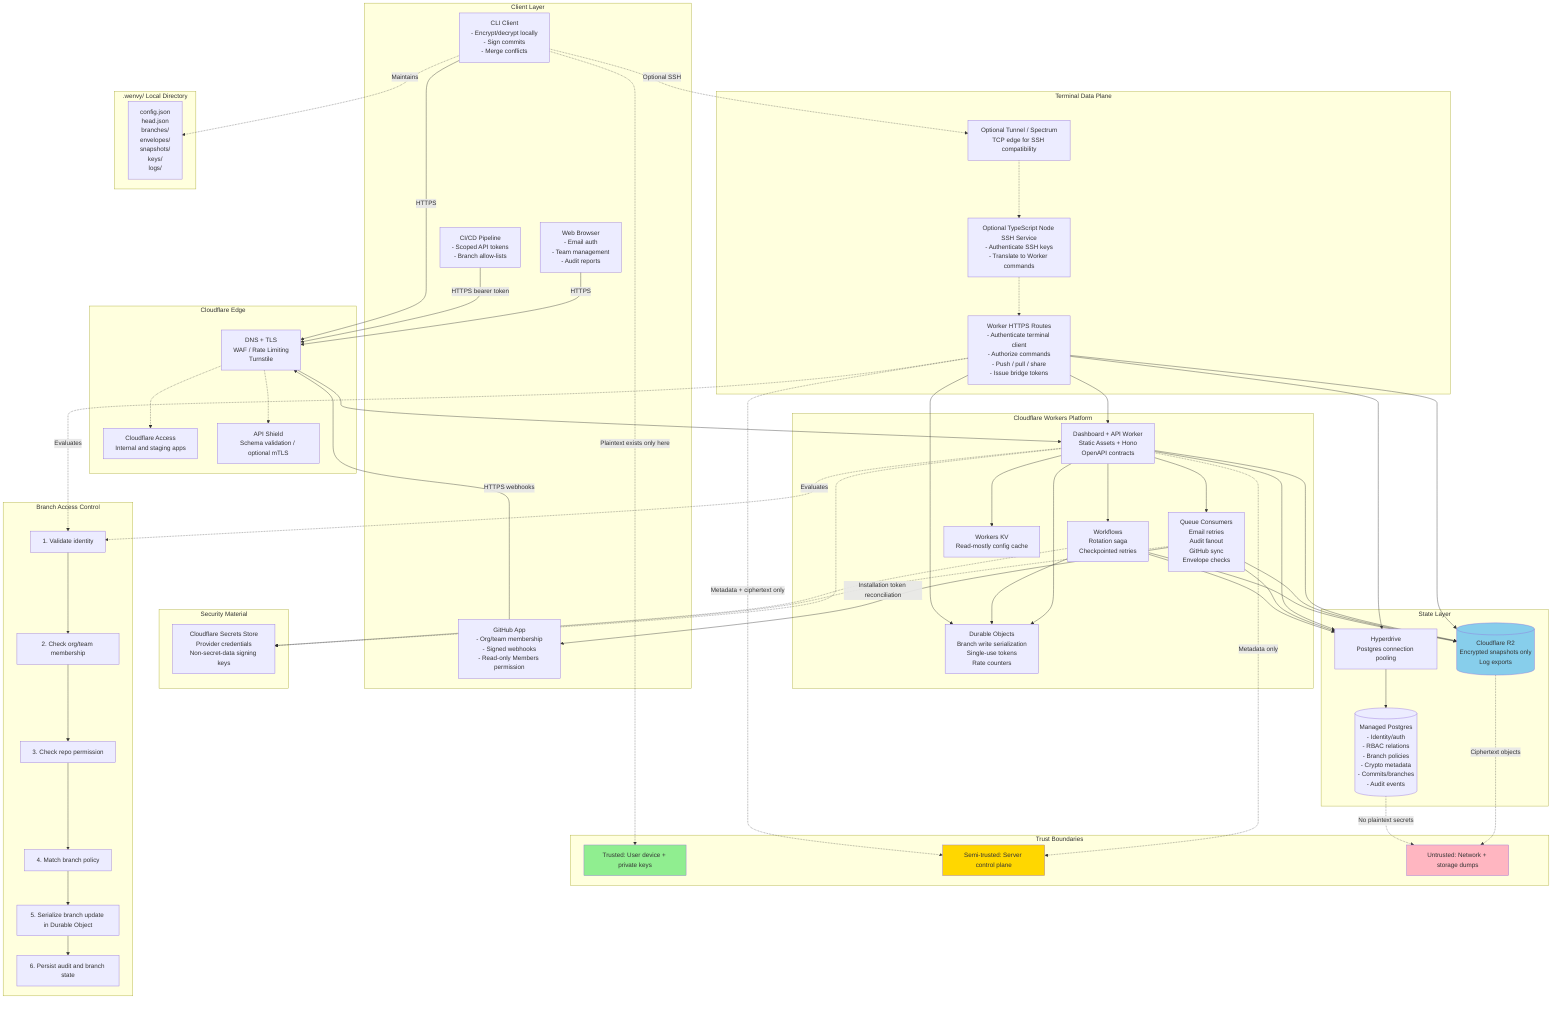
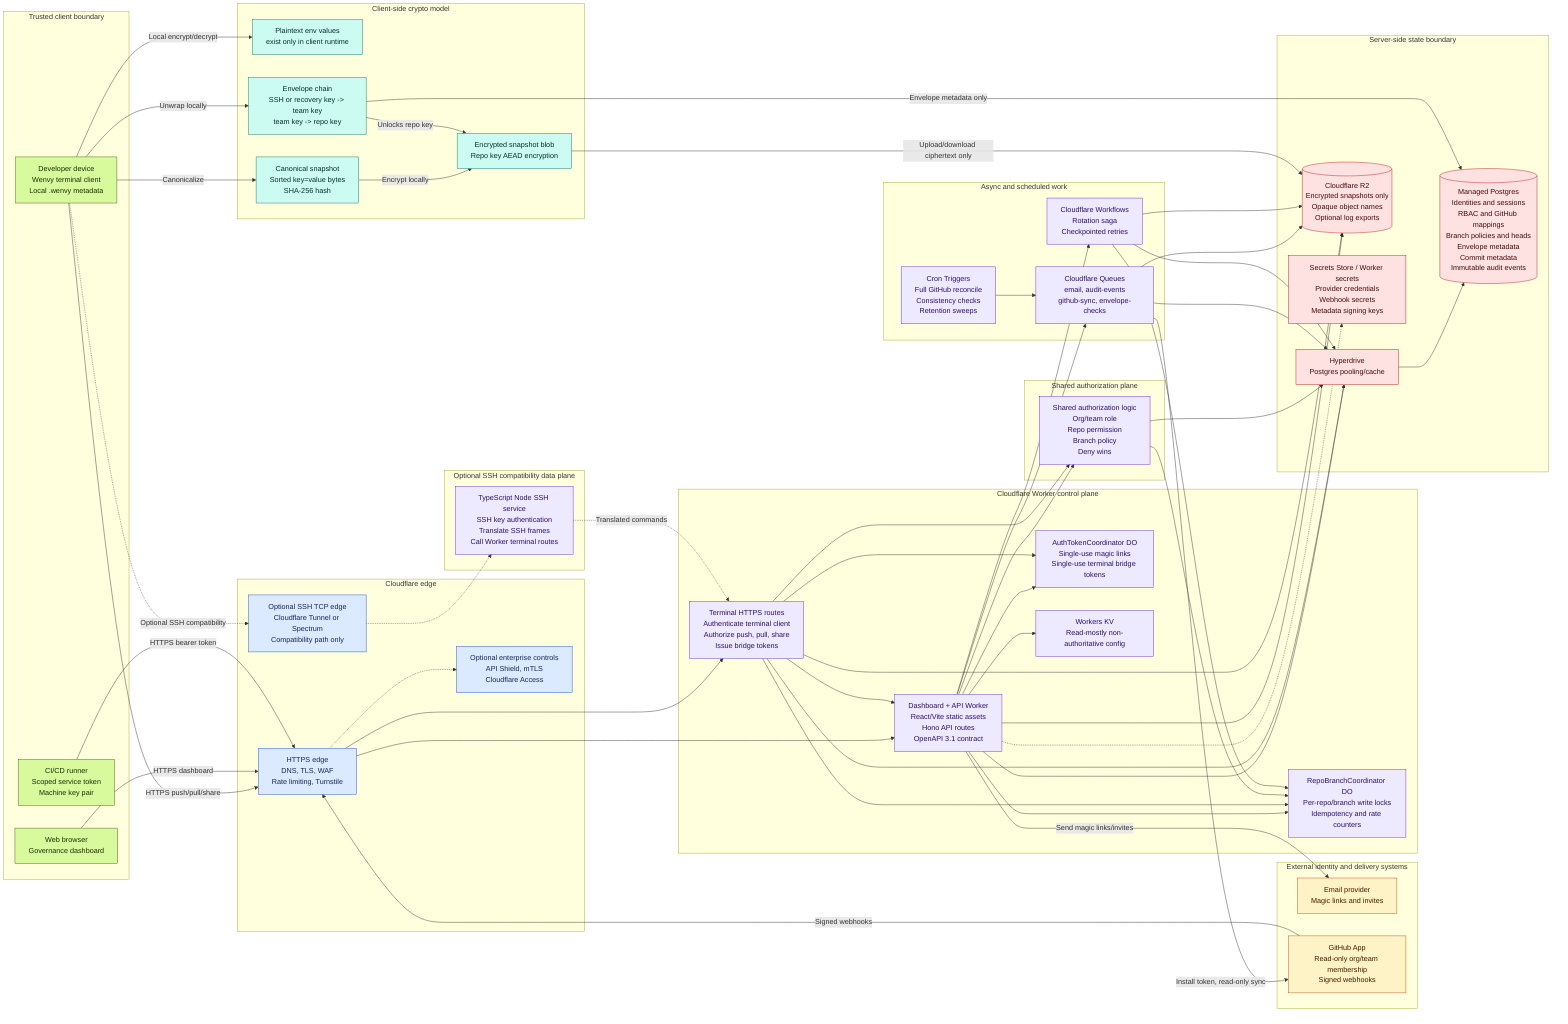
- graph TB
-     subgraph "Client Layer"
-         CLI[CLI Client<br/>- Encrypt/decrypt locally<br/>- Sign commits<br/>- Merge conflicts]
-         WebUI[Web Browser<br/>- Email auth<br/>- Team management<br/>- Audit reports]
-         CICD[CI/CD Pipeline<br/>- Scoped API tokens<br/>- Branch allow-lists]
-         GitHub[GitHub App<br/>- Org/team membership<br/>- Signed webhooks<br/>- Read-only Members permission]
+ flowchart LR
+     %% Wenvy current architecture snapshot.
+     %% Secret plaintext is intentionally present only on trusted client devices.
+ 
+     subgraph Client["Trusted client boundary"]
+         Terminal["Developer device<br/>Wenvy terminal client<br/>Local .wenvy metadata"]
+         Browser["Web browser<br/>Governance dashboard"]
+         CI["CI/CD runner<br/>Scoped service token<br/>Machine key pair"]
    end

-     subgraph "Cloudflare Edge"
-         Edge[DNS + TLS<br/>WAF / Rate Limiting<br/>Turnstile]
-         Access[Cloudflare Access<br/>Internal and staging apps]
-         APIShield[API Shield<br/>Schema validation / optional mTLS]
+     subgraph External["External identity and delivery systems"]
+         Email["Email provider<br/>Magic links and invites"]
+         GitHub["GitHub App<br/>Read-only org/team membership<br/>Signed webhooks"]
    end

-     subgraph "Cloudflare Workers Platform"
-         AppWorker[Dashboard + API Worker<br/>Static Assets + Hono<br/>OpenAPI contracts]
-         QueueWorkers[Queue Consumers<br/>Email retries<br/>Audit fanout<br/>GitHub sync<br/>Envelope checks]
-         RotationWF[Workflows<br/>Rotation saga<br/>Checkpointed retries]
-         BranchDO[Durable Objects<br/>Branch write serialization<br/>Single-use tokens<br/>Rate counters]
-         KV[Workers KV<br/>Read-mostly config cache]
+     subgraph Edge["Cloudflare edge"]
+         HTTP_Edge["HTTPS edge<br/>DNS, TLS, WAF<br/>Rate limiting, Turnstile"]
+         SSH_Edge["Optional SSH TCP edge<br/>Cloudflare Tunnel or Spectrum<br/>Compatibility path only"]
+         Shield["Optional enterprise controls<br/>API Shield, mTLS<br/>Cloudflare Access"]
    end

-     subgraph "Terminal Data Plane"
-         TerminalApi[Worker HTTPS Routes<br/>- Authenticate terminal client<br/>- Authorize commands<br/>- Push / pull / share<br/>- Issue bridge tokens]
-         Tunnel[Optional Tunnel / Spectrum<br/>TCP edge for SSH compatibility]
-         SSH[Optional TypeScript Node SSH Service<br/>- Authenticate SSH keys<br/>- Translate to Worker commands]
+     subgraph Control["Cloudflare Worker control plane"]
+         Worker["Dashboard + API Worker<br/>React/Vite static assets<br/>Hono API routes<br/>OpenAPI 3.1 contract"]
+         TerminalAPI["Terminal HTTPS routes<br/>Authenticate terminal client<br/>Authorize push, pull, share<br/>Issue bridge tokens"]
+         AuthDO["AuthTokenCoordinator DO<br/>Single-use magic links<br/>Single-use terminal bridge tokens"]
+         BranchDO["RepoBranchCoordinator DO<br/>Per-repo/branch write locks<br/>Idempotency and rate counters"]
+         KV["Workers KV<br/>Read-mostly non-authoritative config"]
    end

-     subgraph "State Layer"
-         Hyperdrive[Hyperdrive<br/>Postgres connection pooling]
-         PG[(Managed Postgres<br/>- Identity/auth<br/>- RBAC relations<br/>- Branch policies<br/>- Crypto metadata<br/>- Commits/branches<br/>- Audit events)]
-         R2[(Cloudflare R2<br/>Encrypted snapshots only<br/>Log exports)]
+     subgraph OptionalSSH["Optional SSH compatibility data plane"]
+         SSH["TypeScript Node SSH service<br/>SSH key authentication<br/>Translate SSH frames<br/>Call Worker terminal routes"]
    end

-     subgraph "Security Material"
-         Secrets[Cloudflare Secrets Store<br/>Provider credentials<br/>Non-secret-data signing keys]
+     subgraph AuthzPlane["Shared authorization plane"]
+         Authz["Shared authorization logic<br/>Org/team role<br/>Repo permission<br/>Branch policy<br/>Deny wins"]
    end

-     subgraph "Trust Boundaries"
-         TB1[Trusted: User device + private keys]
-         TB2[Semi-trusted: Server control plane]
-         TB3[Untrusted: Network + storage dumps]
+     subgraph Async["Async and scheduled work"]
+         Queues["Cloudflare Queues<br/>email, audit-events<br/>github-sync, envelope-checks"]
+         Workflows["Cloudflare Workflows<br/>Rotation saga<br/>Checkpointed retries"]
+         Cron["Cron Triggers<br/>Full GitHub reconcile<br/>Consistency checks<br/>Retention sweeps"]
    end

-     WebUI -->|HTTPS| Edge
-     CICD -->|HTTPS bearer token| Edge
-     GitHub -->|HTTPS webhooks| Edge
-     CLI -->|HTTPS| Edge
-     CLI -.->|Optional SSH| Tunnel
- 
-     Edge --> AppWorker
-     Edge -.-> Access
-     Edge -.-> APIShield
-     Tunnel -.-> SSH
-     SSH -.-> TerminalApi
- 
-     AppWorker --> BranchDO
-     AppWorker --> Hyperdrive
-     AppWorker --> R2
-     AppWorker --> KV
-     AppWorker --> QueueWorkers
-     AppWorker --> RotationWF
-     QueueWorkers --> Hyperdrive
-     QueueWorkers -->|Installation token reconciliation| GitHub
-     QueueWorkers --> R2
-     RotationWF --> BranchDO
-     RotationWF --> Hyperdrive
-     RotationWF --> R2
- 
-     TerminalApi --> BranchDO
-     TerminalApi --> Hyperdrive
-     TerminalApi --> R2
-     TerminalApi --> AppWorker
- 
-     Hyperdrive --> PG
-     AppWorker -.-> Secrets
-     QueueWorkers -.-> Secrets
-     RotationWF -.-> Secrets
- 
-     CLI -.->|Plaintext exists only here| TB1
-     AppWorker -.->|Metadata only| TB2
-     TerminalApi -.->|Metadata + ciphertext only| TB2
-     R2 -.->|Ciphertext objects| TB3
-     PG -.->|No plaintext secrets| TB3
- 
-     subgraph "Branch Access Control"
-         B1[1. Validate identity]
-         B2[2. Check org/team membership]
-         B3[3. Check repo permission]
-         B4[4. Match branch policy]
-         B5[5. Serialize branch update in Durable Object]
-         B6[6. Persist audit and branch state]
- 
-         B1 --> B2 --> B3 --> B4 --> B5 --> B6
+     subgraph State["Server-side state boundary"]
+         Hyperdrive["Hyperdrive<br/>Postgres pooling/cache"]
+         Postgres[("Managed Postgres<br/>Identities and sessions<br/>RBAC and GitHub mappings<br/>Branch policies and heads<br/>Envelope metadata<br/>Commit metadata<br/>Immutable audit events")]
+         R2[("Cloudflare R2<br/>Encrypted snapshots only<br/>Opaque object names<br/>Optional log exports")]
+         Secrets["Secrets Store / Worker secrets<br/>Provider credentials<br/>Webhook secrets<br/>Metadata signing keys"]
    end

-     AppWorker -.->|Evaluates| B1
-     TerminalApi -.->|Evaluates| B1
- 
-     subgraph ".wenvy/ Local Directory"
-         LC[config.json<br/>head.json<br/>branches/<br/>envelopes/<br/>snapshots/<br/>keys/<br/>logs/]
+     subgraph Crypto["Client-side crypto model"]
+         Plaintext["Plaintext env values<br/>exist only in client runtime"]
+         Canonical["Canonical snapshot<br/>Sorted key=value bytes<br/>SHA-256 hash"]
+         Ciphertext["Encrypted snapshot blob<br/>Repo key AEAD encryption"]
+         Envelopes["Envelope chain<br/>SSH or recovery key -> team key<br/>team key -> repo key"]
    end

-     CLI -.->|Maintains| LC
+     Terminal -->|"HTTPS push/pull/share"| HTTP_Edge
+     Terminal -.->|"Optional SSH compatibility"| SSH_Edge
+     Terminal -->|"Local encrypt/decrypt"| Plaintext
+     Terminal -->|"Canonicalize"| Canonical
+     Canonical -->|"Encrypt locally"| Ciphertext
+     Terminal -->|"Unwrap locally"| Envelopes
+     Envelopes -->|"Unlocks repo key"| Ciphertext

-     classDef trusted fill:#90EE90
-     classDef semiTrusted fill:#FFD700
-     classDef untrusted fill:#FFB6C1
-     classDef encrypted fill:#87CEEB
+     Browser -->|"HTTPS dashboard"| HTTP_Edge
+     CI -->|"HTTPS bearer token"| HTTP_Edge
+     GitHub -->|"Signed webhooks"| HTTP_Edge
+     Worker -->|"Send magic links/invites"| Email

-     class TB1 trusted
-     class TB2 semiTrusted
-     class TB3 untrusted
-     class R2 encrypted
+     HTTP_Edge --> Worker
+     HTTP_Edge --> TerminalAPI
+     HTTP_Edge -.-> Shield
+     SSH_Edge -.-> SSH
+     SSH -.->|"Translated commands"| TerminalAPI
+ 
+     Worker --> AuthDO
+     Worker --> BranchDO
+     Worker --> Authz
+     Worker --> Hyperdrive
+     Worker --> R2
+     Worker --> KV
+     Worker --> Queues
+     Worker --> Workflows
+     Worker -.-> Secrets
+ 
+     TerminalAPI --> Authz
+     TerminalAPI --> AuthDO
+     TerminalAPI --> BranchDO
+     TerminalAPI --> Hyperdrive
+     TerminalAPI --> R2
+     TerminalAPI --> Worker
+ 
+     Authz --> Hyperdrive
+     Authz --> BranchDO
+ 
+     Queues --> Hyperdrive
+     Queues --> R2
+     Queues -->|"Install token, read-only sync"| GitHub
+     Workflows --> BranchDO
+     Workflows --> Hyperdrive
+     Workflows --> R2
+     Cron --> Queues
+ 
+     Hyperdrive --> Postgres
+     Ciphertext -->|"Upload/download ciphertext only"| R2
+     Envelopes -->|"Envelope metadata only"| Postgres
+ 
+     classDef trusted fill:#d9f99d,stroke:#3f6212,color:#1a2e05
+     classDef edge fill:#dbeafe,stroke:#1d4ed8,color:#172554
+     classDef control fill:#ede9fe,stroke:#6d28d9,color:#2e1065
+     classDef state fill:#fee2e2,stroke:#b91c1c,color:#450a0a
+     classDef crypto fill:#ccfbf1,stroke:#0f766e,color:#042f2e
+     classDef external fill:#fef3c7,stroke:#b45309,color:#451a03
+ 
+     class Terminal,Browser,CI trusted
+     class HTTP_Edge,SSH_Edge,Shield edge
+     class Worker,TerminalAPI,AuthDO,BranchDO,KV,SSH,Authz,Queues,Workflows,Cron control
+     class Hyperdrive,Postgres,R2,Secrets state
+     class Plaintext,Canonical,Ciphertext,Envelopes crypto
+     class Email,GitHub external
